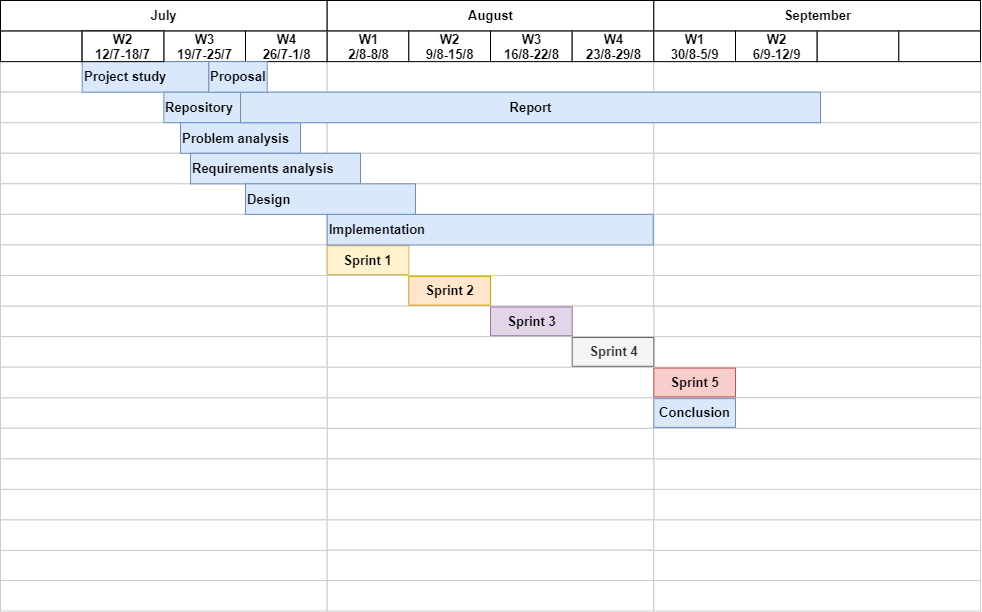
Weather-Vortex/weather-vortex-Report keeps this draw.io diagram as DrawIo/GanttChart.png. Above is the earlier version. Source tidied: cells renumbered, new cells last; positions are measured from the earlier drawing's top-left corner, leaving out a move shared by most shapes. Its diagram source:
```xml
<mxGraphModel>
  <root>
    <mxCell id="0" style="html=1;" />
    <mxCell id="1" style="html=1;" parent="0" />
    <mxCell id="2" style="align=left;strokeColor=#CCCCCC;html=1;fontStyle=1;fontSize=13;" parent="1" vertex="1">
      <mxGeometry x="326.7" y="427.8" width="326.7" height="30.6" as="geometry" />
    </mxCell>
    <mxCell id="3" style="align=left;strokeColor=#CCCCCC;html=1;fontStyle=1;fontSize=13;" parent="1" vertex="1">
      <mxGeometry x="326.7" y="397.2" width="326.7" height="30.6" as="geometry" />
    </mxCell>
    <mxCell id="4" style="align=left;strokeColor=#CCCCCC;html=1;fontStyle=1;fontSize=13;" parent="1" vertex="1">
      <mxGeometry x="326.7" y="366.7" width="326.7" height="30.6" as="geometry" />
    </mxCell>
    <mxCell id="5" style="align=left;strokeColor=#CCCCCC;html=1;fontStyle=1;fontSize=13;" parent="1" vertex="1">
      <mxGeometry x="653.3" y="488.9" width="326.7" height="30.6" as="geometry" />
    </mxCell>
    <mxCell id="6" style="align=left;strokeColor=#CCCCCC;html=1;fontStyle=1;fontSize=13;" parent="1" vertex="1">
      <mxGeometry x="653.3" y="458.3" width="326.7" height="30.6" as="geometry" />
    </mxCell>
    <mxCell id="7" style="align=left;strokeColor=#CCCCCC;html=1;fontStyle=1;fontSize=13;" parent="1" vertex="1">
      <mxGeometry x="653.3" y="427.8" width="326.7" height="30.6" as="geometry" />
    </mxCell>
    <mxCell id="8" style="align=left;strokeColor=#CCCCCC;html=1;fontStyle=1;fontSize=13;" parent="1" vertex="1">
      <mxGeometry x="653.3" y="366.7" width="326.7" height="30.6" as="geometry" />
    </mxCell>
    <mxCell id="9" style="align=left;strokeColor=#CCCCCC;html=1;fontStyle=1;fontSize=13;" parent="1" vertex="1">
      <mxGeometry x="653.3" y="397.2" width="326.7" height="30.6" as="geometry" />
    </mxCell>
    <mxCell id="10" style="align=left;strokeColor=#CCCCCC;html=1;fontStyle=1;fontSize=13;" parent="1" vertex="1">
      <mxGeometry x="653.3" y="336.1" width="326.7" height="30.6" as="geometry" />
    </mxCell>
    <mxCell id="11" style="align=left;strokeColor=#CCCCCC;html=1;fontStyle=1;fontSize=13;" parent="1" vertex="1">
      <mxGeometry x="653.3" y="305.6" width="326.7" height="30.6" as="geometry" />
    </mxCell>
    <mxCell id="12" style="align=left;strokeColor=#CCCCCC;html=1;fontStyle=1;fontSize=13;" parent="1" vertex="1">
      <mxGeometry x="326.7" y="275" width="326.7" height="30.6" as="geometry" />
    </mxCell>
    <mxCell id="13" style="align=left;strokeColor=#CCCCCC;html=1;fontStyle=1;fontSize=13;" parent="1" vertex="1">
      <mxGeometry y="549.4" width="326.7" height="30.6" as="geometry" />
    </mxCell>
    <mxCell id="14" style="align=left;strokeColor=#CCCCCC;html=1;fontStyle=1;fontSize=13;" parent="1" vertex="1">
      <mxGeometry x="326.7" y="549.4" width="326.7" height="30.6" as="geometry" />
    </mxCell>
    <mxCell id="15" style="align=left;strokeColor=#CCCCCC;html=1;fontStyle=1;fontSize=13;" parent="1" vertex="1">
      <mxGeometry x="653.3" y="549.4" width="326.7" height="30.6" as="geometry" />
    </mxCell>
    <mxCell id="16" value="Sprint 5" style="align=center;strokeColor=#b85450;html=1;fillColor=#f8cecc;fontStyle=1;fontSize=13;" parent="1" vertex="1">
      <mxGeometry x="653.3" y="367.6" width="81.7" height="28.8" as="geometry" />
    </mxCell>
    <mxCell id="17" style="align=left;strokeColor=#CCCCCC;html=1;fontStyle=1;fontSize=13;" parent="1" vertex="1">
      <mxGeometry y="580" width="326.7" height="30.6" as="geometry" />
    </mxCell>
    <mxCell id="18" style="align=left;strokeColor=#CCCCCC;html=1;fontStyle=1;fontSize=13;" parent="1" vertex="1">
      <mxGeometry x="326.7" y="580" width="326.7" height="30.6" as="geometry" />
    </mxCell>
    <mxCell id="19" style="align=left;strokeColor=#CCCCCC;html=1;fontStyle=1;fontSize=13;" parent="1" vertex="1">
      <mxGeometry x="653.3" y="580" width="326.7" height="30.6" as="geometry" />
    </mxCell>
    <mxCell id="20" value="Conclusion" style="align=center;strokeColor=#6c8ebf;html=1;fillColor=#dae8fc;fontStyle=1;fontSize=13;" parent="1" vertex="1">
      <mxGeometry x="653.3" y="398.1" width="81.7" height="28.8" as="geometry" />
    </mxCell>
    <mxCell id="21" value="July" style="strokeWidth=1;fontStyle=1;html=1;fontSize=13;" parent="1" vertex="1">
      <mxGeometry width="326.7" height="30.6" as="geometry" />
    </mxCell>
    <mxCell id="22" value="August" style="strokeWidth=1;fontStyle=1;html=1;fontSize=13;" parent="1" vertex="1">
      <mxGeometry x="326.7" width="326.7" height="30.6" as="geometry" />
    </mxCell>
    <mxCell id="23" value="September" style="strokeWidth=1;fontStyle=1;html=1;fontSize=13;" parent="1" vertex="1">
      <mxGeometry x="653.3" width="326.7" height="30.6" as="geometry" />
    </mxCell>
    <mxCell id="24" style="align=left;strokeColor=#CCCCCC;html=1;fontStyle=1;fontSize=13;" parent="1" vertex="1">
      <mxGeometry y="61.1" width="326.7" height="30.6" as="geometry" />
    </mxCell>
    <mxCell id="25" style="align=left;strokeColor=#CCCCCC;html=1;fontStyle=1;fontSize=13;" parent="1" vertex="1">
      <mxGeometry y="91.7" width="326.7" height="30.6" as="geometry" />
    </mxCell>
    <mxCell id="26" style="align=left;strokeColor=#CCCCCC;html=1;fontStyle=1;fontSize=13;" parent="1" vertex="1">
      <mxGeometry y="122.2" width="326.7" height="30.6" as="geometry" />
    </mxCell>
    <mxCell id="27" style="align=left;strokeColor=#CCCCCC;html=1;fontStyle=1;fontSize=13;" parent="1" vertex="1">
      <mxGeometry y="152.8" width="326.7" height="30.6" as="geometry" />
    </mxCell>
    <mxCell id="28" style="align=left;strokeColor=#CCCCCC;html=1;fontStyle=1;fontSize=13;" parent="1" vertex="1">
      <mxGeometry y="183.3" width="326.7" height="30.6" as="geometry" />
    </mxCell>
    <mxCell id="29" style="align=left;strokeColor=#CCCCCC;html=1;fontStyle=1;fontSize=13;" parent="1" vertex="1">
      <mxGeometry y="213.9" width="326.7" height="30.6" as="geometry" />
    </mxCell>
    <mxCell id="30" style="align=left;strokeColor=#CCCCCC;html=1;fontStyle=1;fontSize=13;" parent="1" vertex="1">
      <mxGeometry y="244.4" width="326.7" height="30.6" as="geometry" />
    </mxCell>
    <mxCell id="31" style="align=left;strokeColor=#CCCCCC;html=1;fontStyle=1;fontSize=13;" parent="1" vertex="1">
      <mxGeometry y="305.6" width="326.7" height="30.6" as="geometry" />
    </mxCell>
    <mxCell id="32" style="align=left;strokeColor=#CCCCCC;html=1;fontStyle=1;fontSize=13;" parent="1" vertex="1">
      <mxGeometry y="336.1" width="326.7" height="30.6" as="geometry" />
    </mxCell>
    <mxCell id="33" style="align=left;strokeColor=#CCCCCC;html=1;fontStyle=1;fontSize=13;" parent="1" vertex="1">
      <mxGeometry y="397.2" width="326.7" height="30.6" as="geometry" />
    </mxCell>
    <mxCell id="34" style="align=left;strokeColor=#CCCCCC;html=1;fontStyle=1;fontSize=13;" parent="1" vertex="1">
      <mxGeometry y="427.8" width="326.7" height="30.6" as="geometry" />
    </mxCell>
    <mxCell id="35" style="align=left;strokeColor=#CCCCCC;html=1;fontStyle=1;fontSize=13;" parent="1" vertex="1">
      <mxGeometry y="458.3" width="326.7" height="30.6" as="geometry" />
    </mxCell>
    <mxCell id="36" style="align=left;strokeColor=#CCCCCC;html=1;fontStyle=1;fontSize=13;" parent="1" vertex="1">
      <mxGeometry y="488.9" width="326.7" height="30.6" as="geometry" />
    </mxCell>
    <mxCell id="37" style="align=left;strokeColor=#CCCCCC;html=1;fontStyle=1;fontSize=13;" parent="1" vertex="1">
      <mxGeometry y="519.4" width="326.7" height="30.6" as="geometry" />
    </mxCell>
    <mxCell id="38" style="align=left;strokeColor=#CCCCCC;html=1;fontStyle=1;fontSize=13;" parent="1" vertex="1">
      <mxGeometry x="326.7" y="61.1" width="326.7" height="30.6" as="geometry" />
    </mxCell>
    <mxCell id="39" style="align=left;strokeColor=#CCCCCC;html=1;fontStyle=1;fontSize=13;" parent="1" vertex="1">
      <mxGeometry x="326.7" y="91.7" width="326.7" height="30.6" as="geometry" />
    </mxCell>
    <mxCell id="40" style="align=left;strokeColor=#CCCCCC;html=1;fontStyle=1;fontSize=13;" parent="1" vertex="1">
      <mxGeometry x="326.7" y="122.2" width="326.7" height="30.6" as="geometry" />
    </mxCell>
    <mxCell id="41" style="align=left;strokeColor=#CCCCCC;html=1;fontStyle=1;fontSize=13;" parent="1" vertex="1">
      <mxGeometry x="326.7" y="152.8" width="326.7" height="30.6" as="geometry" />
    </mxCell>
    <mxCell id="42" style="align=left;strokeColor=#CCCCCC;html=1;fontStyle=1;fontSize=13;" parent="1" vertex="1">
      <mxGeometry x="326.7" y="183.3" width="326.7" height="30.6" as="geometry" />
    </mxCell>
    <mxCell id="43" style="align=left;strokeColor=#CCCCCC;html=1;fontStyle=1;fontSize=13;" parent="1" vertex="1">
      <mxGeometry x="326.7" y="213.9" width="326.7" height="30.6" as="geometry" />
    </mxCell>
    <mxCell id="44" style="align=left;strokeColor=#CCCCCC;html=1;fontStyle=1;fontSize=13;" parent="1" vertex="1">
      <mxGeometry x="326.7" y="244.4" width="326.7" height="30.6" as="geometry" />
    </mxCell>
    <mxCell id="45" style="align=left;strokeColor=#CCCCCC;html=1;fontStyle=1;fontSize=13;" parent="1" vertex="1">
      <mxGeometry x="326.7" y="305.6" width="326.7" height="30.6" as="geometry" />
    </mxCell>
    <mxCell id="46" style="align=left;strokeColor=#CCCCCC;html=1;fontStyle=1;fontSize=13;" parent="1" vertex="1">
      <mxGeometry x="326.7" y="336.1" width="326.7" height="30.6" as="geometry" />
    </mxCell>
    <mxCell id="47" style="align=left;strokeColor=#CCCCCC;html=1;fontStyle=1;fontSize=13;" parent="1" vertex="1">
      <mxGeometry x="326.7" y="458.3" width="326.7" height="30.6" as="geometry" />
    </mxCell>
    <mxCell id="48" style="align=left;strokeColor=#CCCCCC;html=1;fontStyle=1;fontSize=13;" parent="1" vertex="1">
      <mxGeometry x="326.7" y="488.9" width="326.7" height="30.6" as="geometry" />
    </mxCell>
    <mxCell id="49" style="align=left;strokeColor=#CCCCCC;html=1;fontStyle=1;fontSize=13;" parent="1" vertex="1">
      <mxGeometry x="326.7" y="519.5" width="326.7" height="30" as="geometry" />
    </mxCell>
    <mxCell id="50" style="align=left;strokeColor=#CCCCCC;html=1;fontStyle=1;fontSize=13;" parent="1" vertex="1">
      <mxGeometry x="653.3" y="61.1" width="326.7" height="30.6" as="geometry" />
    </mxCell>
    <mxCell id="51" style="align=left;strokeColor=#CCCCCC;html=1;fontStyle=1;fontSize=13;" parent="1" vertex="1">
      <mxGeometry x="653.3" y="91.7" width="326.7" height="30.6" as="geometry" />
    </mxCell>
    <mxCell id="52" style="align=left;strokeColor=#CCCCCC;html=1;fontStyle=1;fontSize=13;" parent="1" vertex="1">
      <mxGeometry x="653.3" y="122.2" width="326.7" height="30.6" as="geometry" />
    </mxCell>
    <mxCell id="53" style="align=left;strokeColor=#CCCCCC;html=1;fontStyle=1;fontSize=13;" parent="1" vertex="1">
      <mxGeometry x="653.3" y="152.8" width="326.7" height="30.6" as="geometry" />
    </mxCell>
    <mxCell id="54" style="align=left;strokeColor=#CCCCCC;html=1;fontStyle=1;fontSize=13;" parent="1" vertex="1">
      <mxGeometry x="653.3" y="183.3" width="326.7" height="30.6" as="geometry" />
    </mxCell>
    <mxCell id="55" style="align=left;strokeColor=#CCCCCC;html=1;fontStyle=1;fontSize=13;" parent="1" vertex="1">
      <mxGeometry x="653.3" y="213.9" width="326.7" height="30.6" as="geometry" />
    </mxCell>
    <mxCell id="56" style="align=left;strokeColor=#CCCCCC;html=1;fontStyle=1;fontSize=13;" parent="1" vertex="1">
      <mxGeometry x="653.3" y="244.4" width="326.7" height="30.6" as="geometry" />
    </mxCell>
    <mxCell id="57" style="align=left;strokeColor=#CCCCCC;html=1;fontStyle=1;fontSize=13;" parent="1" vertex="1">
      <mxGeometry x="653.3" y="519.4" width="326.7" height="30.6" as="geometry" />
    </mxCell>
    <mxCell id="58" style="strokeWidth=1;fontStyle=1;html=1;fontSize=13;" parent="1" vertex="1">
      <mxGeometry y="30.6" width="81.7" height="30.6" as="geometry" />
    </mxCell>
    <mxCell id="59" style="strokeWidth=1;fontStyle=1;html=1;fontSize=13;" parent="1" vertex="1">
      <mxGeometry x="81.7" y="30.6" width="81.7" height="30.6" as="geometry" />
    </mxCell>
    <mxCell id="60" value="W3&lt;br style=&quot;font-size: 13px&quot;&gt;19/7-25/7" style="strokeWidth=1;fontStyle=1;html=1;fontSize=13;" parent="1" vertex="1">
      <mxGeometry x="163.3" y="30.6" width="81.7" height="30.6" as="geometry" />
    </mxCell>
    <mxCell id="61" value="W4&lt;br style=&quot;font-size: 13px&quot;&gt;26/7-1/8" style="strokeWidth=1;fontStyle=1;html=1;fontSize=13;" parent="1" vertex="1">
      <mxGeometry x="245" y="30.6" width="81.7" height="30.6" as="geometry" />
    </mxCell>
    <mxCell id="62" value="W1&lt;br style=&quot;font-size: 13px&quot;&gt;2/8-8/8" style="strokeWidth=1;fontStyle=1;html=1;fontSize=13;" parent="1" vertex="1">
      <mxGeometry x="326.7" y="30.6" width="81.7" height="30.6" as="geometry" />
    </mxCell>
    <mxCell id="63" value="W2&lt;br style=&quot;font-size: 13px&quot;&gt;9/8-15/8" style="strokeWidth=1;fontStyle=1;html=1;fontSize=13;" parent="1" vertex="1">
      <mxGeometry x="408.3" y="30.6" width="81.7" height="30.6" as="geometry" />
    </mxCell>
    <mxCell id="64" value="W3&lt;br style=&quot;font-size: 13px&quot;&gt;16/8-22/8" style="strokeWidth=1;fontStyle=1;html=1;fontSize=13;" parent="1" vertex="1">
      <mxGeometry x="490" y="30.6" width="81.7" height="30.6" as="geometry" />
    </mxCell>
    <mxCell id="65" value="W4&lt;br style=&quot;font-size: 13px&quot;&gt;23/8-29/8" style="strokeWidth=1;fontStyle=1;html=1;fontSize=13;" parent="1" vertex="1">
      <mxGeometry x="571.7" y="30.6" width="81.7" height="30.6" as="geometry" />
    </mxCell>
    <mxCell id="66" value="W1&lt;br style=&quot;font-size: 13px&quot;&gt;30/8-5/9" style="strokeWidth=1;fontStyle=1;html=1;fontSize=13;" parent="1" vertex="1">
      <mxGeometry x="653.3" y="30.6" width="81.7" height="30.6" as="geometry" />
    </mxCell>
    <mxCell id="67" value="W2&lt;br style=&quot;font-size: 13px&quot;&gt;6/9-12/9" style="strokeWidth=1;fontStyle=1;html=1;fontSize=13;" parent="1" vertex="1">
      <mxGeometry x="735" y="30.6" width="81.7" height="30.6" as="geometry" />
    </mxCell>
    <mxCell id="68" style="strokeWidth=1;fontStyle=1;html=1;fontSize=13;" parent="1" vertex="1">
      <mxGeometry x="816.7" y="30.6" width="81.7" height="30.6" as="geometry" />
    </mxCell>
    <mxCell id="69" value="Project study" style="align=left;strokeColor=#6c8ebf;html=1;fillColor=#dae8fc;fontStyle=1;fontSize=13;" parent="1" vertex="1">
      <mxGeometry x="81.7" y="61.1" width="126.7" height="30.6" as="geometry" />
    </mxCell>
    <mxCell id="70" value="Repository&amp;nbsp;" style="align=left;strokeColor=#6c8ebf;html=1;fillColor=#dae8fc;fontStyle=1;fontSize=13;" parent="1" vertex="1">
      <mxGeometry x="163.3" y="91.7" width="76.7" height="30.6" as="geometry" />
    </mxCell>
    <mxCell id="71" value="Problem analysis" style="align=left;strokeColor=#6c8ebf;html=1;fillColor=#dae8fc;fontStyle=1;fontSize=13;" parent="1" vertex="1">
      <mxGeometry x="180" y="122.2" width="120" height="30.6" as="geometry" />
    </mxCell>
    <mxCell id="72" value="Requirements analysis" style="align=left;strokeColor=#6c8ebf;html=1;fillColor=#dae8fc;fontStyle=1;fontSize=13;" parent="1" vertex="1">
      <mxGeometry x="190" y="152.8" width="170" height="30.6" as="geometry" />
    </mxCell>
    <mxCell id="73" value="Sprint 3" style="align=center;strokeColor=#9673a6;html=1;fillColor=#e1d5e7;fontStyle=1;fontSize=13;" parent="1" vertex="1">
      <mxGeometry x="490" y="306.5" width="81.7" height="28.8" as="geometry" />
    </mxCell>
    <mxCell id="74" value="Sprint 2" style="align=center;strokeColor=#d79b00;html=1;fillColor=#ffe6cc;fontStyle=1;fontSize=13;" parent="1" vertex="1">
      <mxGeometry x="408.3" y="275.9" width="81.7" height="28.8" as="geometry" />
    </mxCell>
    <mxCell id="75" value="Sprint 1" style="align=center;strokeColor=#d6b656;html=1;fillColor=#fff2cc;fontStyle=1;fontSize=13;" parent="1" vertex="1">
      <mxGeometry x="326.7" y="245.3" width="81.7" height="28.8" as="geometry" />
    </mxCell>
    <mxCell id="76" style="align=left;strokeColor=#CCCCCC;html=1;fontStyle=1;fontSize=13;" parent="1" vertex="1">
      <mxGeometry y="366.7" width="326.7" height="30.6" as="geometry" />
    </mxCell>
    <mxCell id="77" value="Sprint 4" style="align=center;strokeColor=#666666;html=1;fillColor=#f5f5f5;fontColor=#333333;fontStyle=1;fontSize=13;" parent="1" vertex="1">
      <mxGeometry x="571.7" y="337" width="81.7" height="28.8" as="geometry" />
    </mxCell>
    <mxCell id="78" style="align=left;strokeColor=#CCCCCC;html=1;fontStyle=1;fontSize=13;" parent="1" vertex="1">
      <mxGeometry y="275" width="326.7" height="30.6" as="geometry" />
    </mxCell>
    <mxCell id="79" style="align=left;strokeColor=#CCCCCC;html=1;fontStyle=1;fontSize=13;" parent="1" vertex="1">
      <mxGeometry x="653.3" y="275" width="326.7" height="30.6" as="geometry" />
    </mxCell>
    <mxCell id="80" style="strokeWidth=1;fontStyle=1;html=1;fontSize=13;" parent="1" vertex="1">
      <mxGeometry x="898.3" y="30.6" width="81.7" height="30.6" as="geometry" />
    </mxCell>
    <mxCell id="81" value="Report" style="align=center;strokeColor=#6c8ebf;html=1;fillColor=#dae8fc;fontStyle=1;fontSize=13;" parent="1" vertex="1">
      <mxGeometry x="240" y="91.7" width="580" height="30.6" as="geometry" />
    </mxCell>
    <mxCell id="82" value="W2&lt;br style=&quot;font-size: 13px&quot;&gt;12/7-18/7" style="strokeWidth=1;fontStyle=1;html=1;fontSize=13;" parent="1" vertex="1">
      <mxGeometry x="81.7" y="30.6" width="81.7" height="30.6" as="geometry" />
    </mxCell>
    <mxCell id="83" value="Proposal" style="align=left;strokeColor=#6c8ebf;html=1;fillColor=#dae8fc;fontStyle=1;fontSize=13;" parent="1" vertex="1">
      <mxGeometry x="208.3" y="61.1" width="58.3" height="30.6" as="geometry" />
    </mxCell>
    <mxCell id="84" value="Design" style="align=left;strokeColor=#6c8ebf;html=1;fillColor=#dae8fc;fontStyle=1;fontSize=13;" parent="1" vertex="1">
      <mxGeometry x="245" y="183.3" width="170" height="30.6" as="geometry" />
    </mxCell>
    <mxCell id="85" value="Implementation" style="align=left;strokeColor=#6c8ebf;html=1;fillColor=#dae8fc;fontStyle=1;fontSize=13;" parent="1" vertex="1">
      <mxGeometry x="326.7" y="213.9" width="326" height="30.6" as="geometry" />
    </mxCell>
  </root>
</mxGraphModel>
```
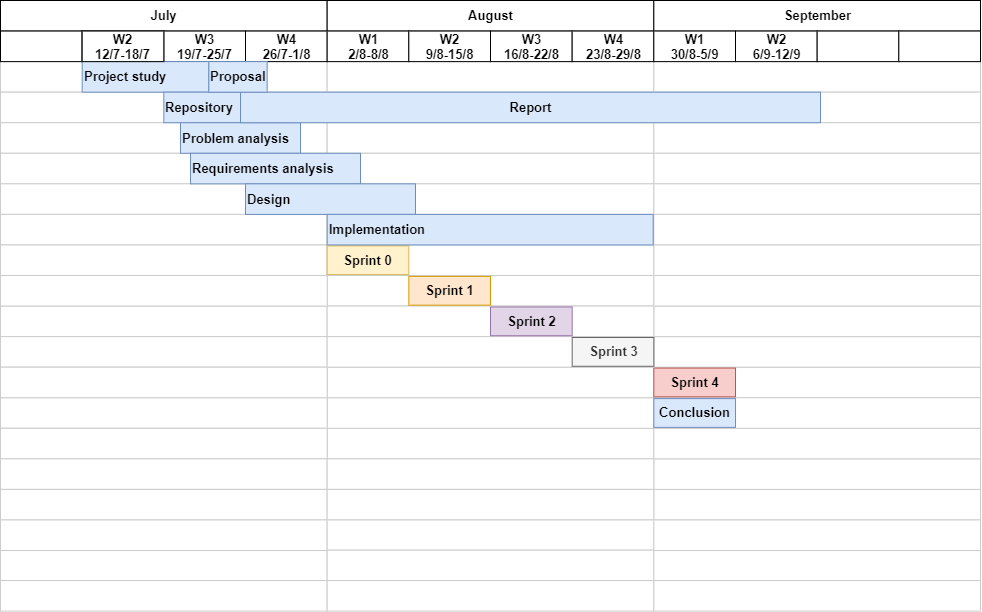
Above is the later version.

The edit, as a diff of the source:
```diff
@@ -44,7 +44,7 @@
     <mxCell id="15" style="align=left;strokeColor=#CCCCCC;html=1;fontStyle=1;fontSize=13;" parent="1" vertex="1">
       <mxGeometry x="653.3" y="549.4" width="326.7" height="30.6" as="geometry" />
     </mxCell>
-    <mxCell id="16" value="Sprint 5" style="align=center;strokeColor=#b85450;html=1;fillColor=#f8cecc;fontStyle=1;fontSize=13;" parent="1" vertex="1">
+    <mxCell id="16" value="Sprint 4" style="align=center;strokeColor=#b85450;html=1;fillColor=#f8cecc;fontStyle=1;fontSize=13;" parent="1" vertex="1">
       <mxGeometry x="653.3" y="367.6" width="81.7" height="28.8" as="geometry" />
     </mxCell>
     <mxCell id="17" style="align=left;strokeColor=#CCCCCC;html=1;fontStyle=1;fontSize=13;" parent="1" vertex="1">
@@ -215,19 +215,19 @@
     <mxCell id="72" value="Requirements analysis" style="align=left;strokeColor=#6c8ebf;html=1;fillColor=#dae8fc;fontStyle=1;fontSize=13;" parent="1" vertex="1">
       <mxGeometry x="190" y="152.8" width="170" height="30.6" as="geometry" />
     </mxCell>
-    <mxCell id="73" value="Sprint 3" style="align=center;strokeColor=#9673a6;html=1;fillColor=#e1d5e7;fontStyle=1;fontSize=13;" parent="1" vertex="1">
+    <mxCell id="73" value="Sprint 2" style="align=center;strokeColor=#9673a6;html=1;fillColor=#e1d5e7;fontStyle=1;fontSize=13;" parent="1" vertex="1">
       <mxGeometry x="490" y="306.5" width="81.7" height="28.8" as="geometry" />
     </mxCell>
-    <mxCell id="74" value="Sprint 2" style="align=center;strokeColor=#d79b00;html=1;fillColor=#ffe6cc;fontStyle=1;fontSize=13;" parent="1" vertex="1">
+    <mxCell id="74" value="Sprint 1" style="align=center;strokeColor=#d79b00;html=1;fillColor=#ffe6cc;fontStyle=1;fontSize=13;" parent="1" vertex="1">
       <mxGeometry x="408.3" y="275.9" width="81.7" height="28.8" as="geometry" />
     </mxCell>
-    <mxCell id="75" value="Sprint 1" style="align=center;strokeColor=#d6b656;html=1;fillColor=#fff2cc;fontStyle=1;fontSize=13;" parent="1" vertex="1">
+    <mxCell id="75" value="Sprint 0" style="align=center;strokeColor=#d6b656;html=1;fillColor=#fff2cc;fontStyle=1;fontSize=13;" parent="1" vertex="1">
       <mxGeometry x="326.7" y="245.3" width="81.7" height="28.8" as="geometry" />
     </mxCell>
     <mxCell id="76" style="align=left;strokeColor=#CCCCCC;html=1;fontStyle=1;fontSize=13;" parent="1" vertex="1">
       <mxGeometry y="366.7" width="326.7" height="30.6" as="geometry" />
     </mxCell>
-    <mxCell id="77" value="Sprint 4" style="align=center;strokeColor=#666666;html=1;fillColor=#f5f5f5;fontColor=#333333;fontStyle=1;fontSize=13;" parent="1" vertex="1">
+    <mxCell id="77" value="Sprint 3" style="align=center;strokeColor=#666666;html=1;fillColor=#f5f5f5;fontColor=#333333;fontStyle=1;fontSize=13;" parent="1" vertex="1">
       <mxGeometry x="571.7" y="337" width="81.7" height="28.8" as="geometry" />
     </mxCell>
     <mxCell id="78" style="align=left;strokeColor=#CCCCCC;html=1;fontStyle=1;fontSize=13;" parent="1" vertex="1">
```
